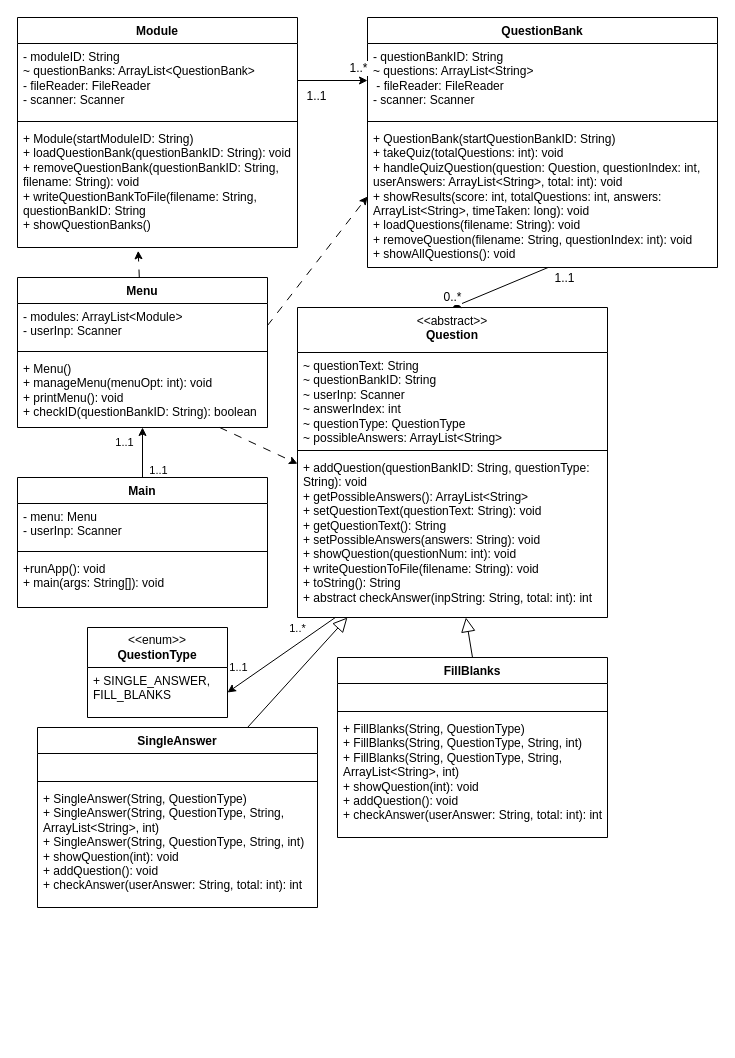
This is classDiagramUpdated.drawio from nyhawk/the-question-bank-project, a draw.io file, before an edit. Source tidied: cells renumbered, new cells numbered last; positions are measured from the earlier drawing's top-left corner, leaving out a move shared by most shapes. Both pictures are drawn from the tidied source at 100%, with x=0, y=0 at pixel (17, 17).
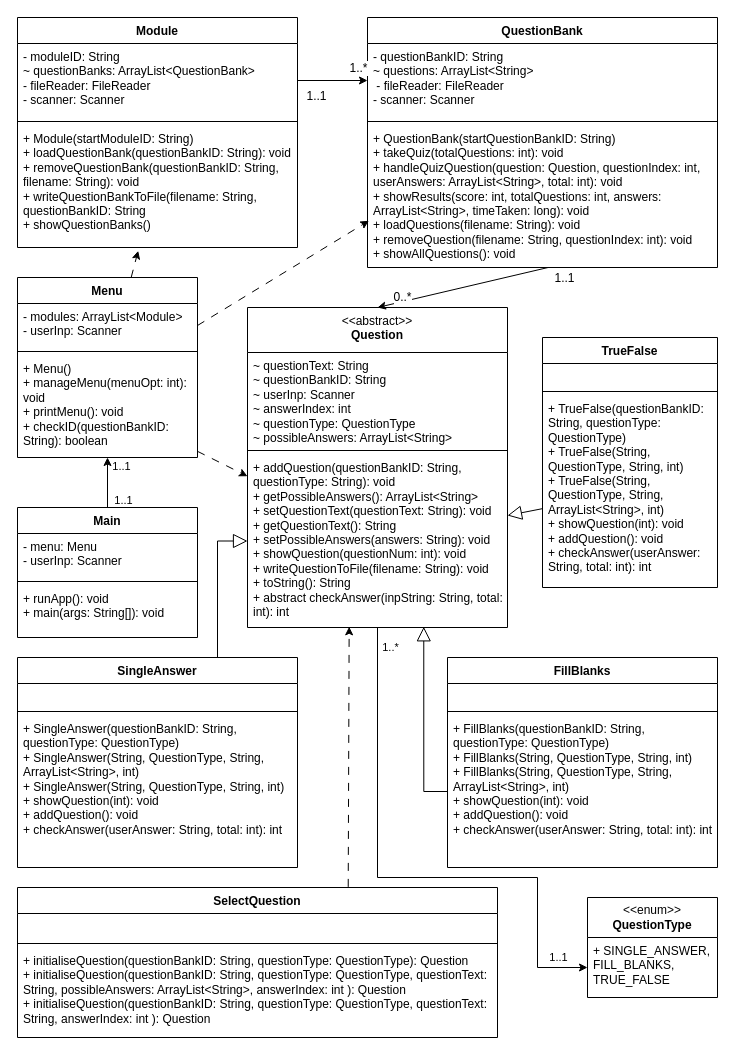
The same diagram, later.

The change refers to these unchanged cells:
```xml
<mxCell id="9" value="&lt;div&gt;&lt;div&gt;+ QuestionBank(startQuestionBankID: String) &lt;/div&gt;&lt;div&gt;+ takeQuiz(totalQuestions: int): void &lt;/div&gt;&lt;div&gt;+ handleQuizQuestion(question: Question, questionIndex: int, userAnswers: ArrayList&amp;lt;String&amp;gt;, total: int): void &lt;/div&gt;&lt;div&gt;+ showResults(score: int, totalQuestions: int, answers: ArrayList&amp;lt;String&amp;gt;, timeTaken: long): void &lt;/div&gt;&lt;div&gt;+ loadQuestions(filename: String): void &lt;/div&gt;&lt;div&gt;+ removeQuestion(filename: String, questionIndex: int): void &lt;/div&gt;&lt;div&gt;+ showAllQuestions(): void&lt;/div&gt;&lt;/div&gt;&lt;div&gt;&lt;br&gt;&lt;/div&gt;" style="text;strokeColor=none;fillColor=none;align=left;verticalAlign=top;spacingLeft=4;spacingRight=4;overflow=hidden;points=[[0,0.5],[1,0.5]];portConstraint=eastwest;whiteSpace=wrap;html=1;" parent="6" vertex="1">
  <mxGeometry y="108" width="350" height="142" as="geometry" />
</mxCell>
```

What changed in the source:
```diff
@@
     <mxCell id="11" value="&lt;div&gt;&lt;span style=&quot;font-weight: normal;&quot;&gt;&amp;lt;&amp;lt;abstract&amp;gt;&amp;gt;&lt;/span&gt;&lt;/div&gt;Question" style="swimlane;fontStyle=1;align=center;verticalAlign=top;horizontal=1;startSize=45;whiteSpace=wrap;html=1;" parent="1" vertex="1">
-      <mxGeometry x="280" y="290" width="310" height="310" as="geometry" />
+      <mxGeometry x="230" y="290" width="260" height="320" as="geometry" />
     </mxCell>
     <mxCell id="12" value="&lt;div&gt;~ questionText: String&lt;/div&gt;&lt;div&gt;~ questionBankID: String&lt;/div&gt;&lt;div&gt;~ userInp: Scanner&lt;/div&gt;&lt;div&gt;~ answerIndex: int&lt;/div&gt;&lt;div&gt;~ questionType: QuestionType&lt;/div&gt;&lt;div&gt;~&amp;nbsp;possibleAnswers: ArrayList&amp;lt;String&amp;gt;&lt;/div&gt;" style="text;strokeColor=none;fillColor=none;align=left;verticalAlign=top;spacingLeft=4;spacingRight=4;overflow=hidden;whiteSpace=wrap;html=1;" parent="11" vertex="1">
-      <mxGeometry y="45" width="310" height="94" as="geometry" />
+      <mxGeometry y="45" width="260" height="94" as="geometry" />
     </mxCell>
     <mxCell id="13" style="line;strokeWidth=1;fillColor=none;align=left;verticalAlign=middle;spacingTop=-1;spacingLeft=3;spacingRight=3;labelPosition=right;strokeColor=inherit;" parent="11" vertex="1">
-      <mxGeometry y="139" width="310" height="8" as="geometry" />
+      <mxGeometry y="139" width="260" height="8" as="geometry" />
     </mxCell>
     <mxCell id="14" value="&lt;div&gt;+ addQuestion(questionBankID: String, questionType: String): void&lt;/div&gt;&lt;div&gt;&lt;span style=&quot;background-color: initial;&quot;&gt;+ getPossibleAnswers(): ArrayList&amp;lt;String&amp;gt;&lt;/span&gt;&lt;/div&gt;&lt;div&gt;+ setQuestionText(questionText: String): void&amp;nbsp;&lt;/div&gt;&lt;div&gt;+ getQuestionText(): String&amp;nbsp;&lt;/div&gt;&lt;div&gt;+ setPossibleAnswers(answers: String): void&amp;nbsp;&lt;/div&gt;&lt;div&gt;+ showQuestion(questionNum: int): void&amp;nbsp;&lt;/div&gt;&lt;div&gt;+ writeQuestionToFile(filename: String): void&amp;nbsp;&lt;/div&gt;&lt;div&gt;+ toString(): String&amp;nbsp;&lt;/div&gt;&lt;div&gt;+ abstract checkAnswer(inpString: String, total: int): int&lt;/div&gt;" style="text;strokeColor=none;fillColor=none;align=left;verticalAlign=top;spacingLeft=4;spacingRight=4;overflow=hidden;points=[[0,0.5],[1,0.5]];portConstraint=eastwest;whiteSpace=wrap;html=1;" parent="11" vertex="1">
-      <mxGeometry y="147" width="310" height="163" as="geometry" />
+      <mxGeometry y="147" width="260" height="173" as="geometry" />
     </mxCell>
     <mxCell id="15" value="FillBlanks" style="swimlane;fontStyle=1;align=center;verticalAlign=top;horizontal=1;startSize=26;whiteSpace=wrap;html=1;" parent="1" vertex="1">
-      <mxGeometry x="320" y="640" width="270" height="180" as="geometry" />
+      <mxGeometry x="430" y="640" width="270" height="210" as="geometry" />
     </mxCell>
@@
-    <mxCell id="18" value="&lt;div&gt;+ FillBlanks(String, QuestionType) &lt;/div&gt;&lt;div&gt;+ FillBlanks(String, QuestionType, String, int) &lt;/div&gt;&lt;div&gt;+ FillBlanks(String, QuestionType, String, ArrayList&amp;lt;String&amp;gt;, int) &lt;/div&gt;&lt;div&gt;+ showQuestion(int): void &lt;/div&gt;&lt;div&gt;+ addQuestion(): void &lt;/div&gt;&lt;div&gt;+ checkAnswer(userAnswer: String, total: int): int&lt;/div&gt;" style="text;strokeColor=none;fillColor=none;align=left;verticalAlign=top;spacingLeft=4;spacingRight=4;overflow=hidden;points=[[0,0.5],[1,0.5]];portConstraint=eastwest;whiteSpace=wrap;html=1;" parent="15" vertex="1">
-      <mxGeometry y="58" width="270" height="122" as="geometry" />
+    <mxCell id="18" value="&lt;div&gt;+ FillBlanks(questionBankID: String, questionType: QuestionType) &lt;/div&gt;&lt;div&gt;+ FillBlanks(String, QuestionType, String, int) &lt;/div&gt;&lt;div&gt;+ FillBlanks(String, QuestionType, String, ArrayList&amp;lt;String&amp;gt;, int) &lt;/div&gt;&lt;div&gt;+ showQuestion(int): void &lt;/div&gt;&lt;div&gt;+ addQuestion(): void &lt;/div&gt;&lt;div&gt;+ checkAnswer(userAnswer: String, total: int): int&lt;/div&gt;" style="text;strokeColor=none;fillColor=none;align=left;verticalAlign=top;spacingLeft=4;spacingRight=4;overflow=hidden;points=[[0,0.5],[1,0.5]];portConstraint=eastwest;whiteSpace=wrap;html=1;" parent="15" vertex="1">
+      <mxGeometry y="58" width="270" height="152" as="geometry" />
     </mxCell>
@@
     <mxCell id="21" value="Main" style="swimlane;fontStyle=1;align=center;verticalAlign=top;horizontal=1;startSize=26;whiteSpace=wrap;html=1;" parent="1" vertex="1">
-      <mxGeometry y="460" width="250" height="130" as="geometry" />
+      <mxGeometry y="490" width="180" height="130" as="geometry" />
     </mxCell>
     <mxCell id="22" value="&lt;div&gt;&lt;span style=&quot;background-color: initial;&quot;&gt;- menu: Menu&lt;/span&gt;&lt;br&gt;&lt;/div&gt;&lt;div&gt;- userInp: Scanner&lt;span style=&quot;background-color: initial;&quot;&gt;&lt;br&gt;&lt;/span&gt;&lt;/div&gt;" style="text;strokeColor=none;fillColor=none;align=left;verticalAlign=top;spacingLeft=4;spacingRight=4;overflow=hidden;whiteSpace=wrap;html=1;" parent="21" vertex="1">
-      <mxGeometry y="26" width="250" height="44" as="geometry" />
+      <mxGeometry y="26" width="180" height="44" as="geometry" />
     </mxCell>
     <mxCell id="23" style="line;strokeWidth=1;fillColor=none;align=left;verticalAlign=middle;spacingTop=-1;spacingLeft=3;spacingRight=3;labelPosition=right;strokeColor=inherit;" parent="21" vertex="1">
-      <mxGeometry y="70" width="250" height="8" as="geometry" />
+      <mxGeometry y="70" width="180" height="8" as="geometry" />
     </mxCell>
-    <mxCell id="24" value=" +runApp(): void&lt;div&gt;+ main(args: String[]): void&lt;/div&gt;&lt;div&gt;&lt;br&gt;&lt;/div&gt;" style="text;strokeColor=none;fillColor=none;align=left;verticalAlign=top;spacingLeft=4;spacingRight=4;overflow=hidden;whiteSpace=wrap;html=1;" parent="21" vertex="1">
-      <mxGeometry y="78" width="250" height="52" as="geometry" />
+    <mxCell id="24" value=" + runApp(): void&lt;div&gt;+ main(args: String[]): void&lt;/div&gt;&lt;div&gt;&lt;br&gt;&lt;/div&gt;" style="text;strokeColor=none;fillColor=none;align=left;verticalAlign=top;spacingLeft=4;spacingRight=4;overflow=hidden;whiteSpace=wrap;html=1;" parent="21" vertex="1">
+      <mxGeometry y="78" width="180" height="52" as="geometry" />
     </mxCell>
@@
     <mxCell id="26" value="&amp;lt;&amp;lt;enum&amp;gt;&amp;gt;&lt;div&gt;&lt;b&gt;QuestionType&lt;/b&gt;&lt;/div&gt;" style="swimlane;fontStyle=0;horizontal=1;startSize=40;fillColor=none;whiteSpace=wrap;html=1;" parent="1" vertex="1">
-      <mxGeometry x="70" y="610" width="140" height="90" as="geometry" />
+      <mxGeometry x="570" y="880" width="130" height="100" as="geometry" />
     </mxCell>
-    <mxCell id="27" value="+&amp;nbsp;SINGLE_ANSWER, FILL_BLANKS" style="text;strokeColor=none;fillColor=none;align=left;verticalAlign=top;spacingLeft=4;spacingRight=4;overflow=hidden;points=[[0,0.5],[1,0.5]];portConstraint=eastwest;whiteSpace=wrap;html=1;" parent="26" vertex="1">
-      <mxGeometry y="40" width="140" height="50" as="geometry" />
+    <mxCell id="27" value="+&amp;nbsp;SINGLE_ANSWER, FILL_BLANKS, TRUE_FALSE" style="text;strokeColor=none;fillColor=none;align=left;verticalAlign=top;spacingLeft=4;spacingRight=4;overflow=hidden;points=[[0,0.5],[1,0.5]];portConstraint=eastwest;whiteSpace=wrap;html=1;" parent="26" vertex="1">
+      <mxGeometry y="40" width="130" height="60" as="geometry" />
     </mxCell>
-    <mxCell id="28" style="endArrow=block;endFill=0;endSize=12;html=1;rounded=0;exitX=0.75;exitY=0;exitDx=0;exitDy=0;entryX=0.161;entryY=1;entryDx=0;entryDy=0;entryPerimeter=0;" parent="1" edge="1" source="42" target="14">
+    <mxCell id="28" style="endArrow=block;endFill=0;endSize=12;html=1;rounded=0;exitX=0;exitY=0.5;exitDx=0;exitDy=0;entryX=0.678;entryY=0.996;entryDx=0;entryDy=0;entryPerimeter=0;edgeStyle=orthogonalEdgeStyle;" parent="1" edge="1" source="18" target="14">
       <mxGeometry relative="1" as="geometry" />
     </mxCell>
-    <mxCell id="29" style="endArrow=block;endFill=0;endSize=12;html=1;rounded=0;exitX=0.5;exitY=0;exitDx=0;exitDy=0;" parent="1" edge="1" source="15" target="14">
-      <mxGeometry relative="1" as="geometry" />
+    <mxCell id="29" style="endArrow=block;endFill=0;endSize=12;html=1;rounded=0;exitX=0.64;exitY=0;exitDx=0;exitDy=0;entryX=0;entryY=0.5;entryDx=0;entryDy=0;exitPerimeter=0;edgeStyle=orthogonalEdgeStyle;" parent="1" edge="1" source="42" target="14">
+      <mxGeometry relative="1" as="geometry">
+        <Array as="points">
+          <mxPoint x="200" y="640" />
+          <mxPoint x="200" y="524" />
+        </Array>
+      </mxGeometry>
     </mxCell>
-    <mxCell id="30" style="rounded=0;jettySize=auto;html=1;entryX=1;entryY=0.5;entryDx=0;entryDy=0;" parent="1" edge="1" source="14" target="27">
-      <mxGeometry relative="1" as="geometry" />
+    <mxCell id="30" style="rounded=0;jettySize=auto;html=1;entryX=0;entryY=0.5;entryDx=0;entryDy=0;" parent="1" edge="1" source="14" target="27">
+      <mxGeometry relative="1" as="geometry">
+        <Array as="points">
+          <mxPoint x="360" y="860" />
+          <mxPoint x="520" y="860" />
+          <mxPoint x="520" y="950" />
+        </Array>
+      </mxGeometry>
     </mxCell>
     <mxCell id="31" value="1..*" style="edgeLabel;html=1;align=center;verticalAlign=middle;" parent="30" vertex="1">
       <mxGeometry x="-0.57" y="-2" relative="1" as="geometry">
-        <mxPoint x="-14" y="-4" as="offset" />
+        <mxPoint x="14" y="-99" as="offset" />
       </mxGeometry>
     </mxCell>
     <mxCell id="32" value="1..1" style="edgeLabel;html=1;align=center;verticalAlign=middle;" parent="30" vertex="1">
       <mxGeometry x="0.68" relative="1" as="geometry">
-        <mxPoint x="-7" y="-13" as="offset" />
+        <mxPoint x="20" y="27" as="offset" />
       </mxGeometry>
     </mxCell>
-    <mxCell id="33" style="rounded=0;jettySize=auto;html=1;exitX=1;exitY=0.5;exitDx=0;exitDy=0;entryX=0;entryY=0.5;entryDx=0;entryDy=0;dashed=1;dashPattern=8 8;" parent="1" edge="1" source="35" target="9">
+    <mxCell id="33" style="rounded=0;jettySize=auto;html=1;exitX=1;exitY=0.5;exitDx=0;exitDy=0;entryX=0.004;entryY=0.671;entryDx=0;entryDy=0;dashed=1;dashPattern=8 8;entryPerimeter=0;" parent="1" edge="1" source="35" target="9">
       <mxGeometry relative="1" as="geometry" />
     </mxCell>
     <mxCell id="34" value="Menu" style="swimlane;fontStyle=1;align=center;verticalAlign=top;horizontal=1;startSize=26;whiteSpace=wrap;html=1;" parent="1" vertex="1">
-      <mxGeometry y="260" width="250" height="150" as="geometry" />
+      <mxGeometry y="260" width="180" height="180" as="geometry" />
     </mxCell>
     <mxCell id="35" value="&lt;div&gt;- modules: ArrayList&amp;lt;Module&amp;gt;&lt;/div&gt;&lt;div&gt;- userInp: Scanner&lt;/div&gt;" style="text;strokeColor=none;fillColor=none;align=left;verticalAlign=top;spacingLeft=4;spacingRight=4;overflow=hidden;points=[[0,0.5],[1,0.5]];portConstraint=eastwest;whiteSpace=wrap;html=1;" parent="34" vertex="1">
-      <mxGeometry y="26" width="250" height="44" as="geometry" />
+      <mxGeometry y="26" width="180" height="44" as="geometry" />
     </mxCell>
     <mxCell id="36" style="line;strokeWidth=1;fillColor=none;align=left;verticalAlign=middle;spacingTop=-1;spacingLeft=3;spacingRight=3;labelPosition=right;strokeColor=inherit;" parent="34" vertex="1">
-      <mxGeometry y="70" width="250" height="8" as="geometry" />
+      <mxGeometry y="70" width="180" height="8" as="geometry" />
     </mxCell>
     <mxCell id="37" value="&lt;div&gt;+ Menu()&lt;/div&gt;&lt;div&gt;+ manageMenu(menuOpt: int): void&lt;/div&gt;&lt;div&gt;+ printMenu(): void&amp;nbsp; &amp;nbsp;&lt;/div&gt;&lt;div&gt;+ checkID(questionBankID: String): boolean&lt;/div&gt;" style="text;strokeColor=none;fillColor=none;align=left;verticalAlign=top;spacingLeft=4;spacingRight=4;overflow=hidden;points=[[0,0.5],[1,0.5]];portConstraint=eastwest;whiteSpace=wrap;html=1;" parent="34" vertex="1">
-      <mxGeometry y="78" width="250" height="72" as="geometry" />
+      <mxGeometry y="78" width="180" height="102" as="geometry" />
     </mxCell>
@@
     <mxCell id="41" value="0..*" style="edgeLabel;html=1;align=center;verticalAlign=middle;fontSize=12;" parent="1" vertex="1">
-      <mxGeometry x="440" y="290" as="geometry">
+      <mxGeometry x="390" y="290" as="geometry">
         <mxPoint x="-6" y="-11" as="offset" />
       </mxGeometry>
     </mxCell>
     <mxCell id="42" value="SingleAnswer" style="swimlane;fontStyle=1;align=center;verticalAlign=top;horizontal=1;startSize=26;whiteSpace=wrap;html=1;" parent="1" vertex="1">
-      <mxGeometry x="20" y="710" width="280" height="180" as="geometry" />
+      <mxGeometry y="640" width="280" height="210" as="geometry" />
     </mxCell>
@@
-    <mxCell id="45" value="&lt;div&gt;+ SingleAnswer(String, QuestionType)&lt;/div&gt;&lt;div&gt;+ SingleAnswer(String, QuestionType, String, ArrayList&amp;lt;String&amp;gt;, int)&lt;/div&gt;&lt;div&gt;+ SingleAnswer(String, QuestionType, String, int)&lt;/div&gt;&lt;div&gt;+ showQuestion(int): void&lt;/div&gt;&lt;div&gt;+ addQuestion(): void&lt;/div&gt;&lt;div&gt;&lt;span style=&quot;background-color: initial;&quot;&gt;+ checkAnswer(userAnswer: String, total: int): int&lt;/span&gt;&lt;/div&gt;" style="text;strokeColor=none;fillColor=none;align=left;verticalAlign=top;spacingLeft=4;spacingRight=4;overflow=hidden;whiteSpace=wrap;html=1;" parent="42" vertex="1">
-      <mxGeometry y="58" width="280" height="122" as="geometry" />
+    <mxCell id="45" value="&lt;div&gt;+ SingleAnswer(questionBankID: String, questionType: QuestionType)&lt;/div&gt;&lt;div&gt;+ SingleAnswer(String, QuestionType, String, ArrayList&amp;lt;String&amp;gt;, int)&lt;/div&gt;&lt;div&gt;+ SingleAnswer(String, QuestionType, String, int)&lt;/div&gt;&lt;div&gt;+ showQuestion(int): void&lt;/div&gt;&lt;div&gt;+ addQuestion(): void&lt;/div&gt;&lt;div&gt;&lt;span style=&quot;background-color: initial;&quot;&gt;+ checkAnswer(userAnswer: String, total: int): int&lt;/span&gt;&lt;/div&gt;" style="text;strokeColor=none;fillColor=none;align=left;verticalAlign=top;spacingLeft=4;spacingRight=4;overflow=hidden;whiteSpace=wrap;html=1;" parent="42" vertex="1">
+      <mxGeometry y="58" width="280" height="152" as="geometry" />
     </mxCell>
@@
     <mxCell id="48" value="1..1" style="edgeLabel;html=1;align=center;verticalAlign=middle;" parent="1" vertex="1">
-      <mxGeometry x="140" y="465" as="geometry">
-        <mxPoint x="-34" y="-41" as="offset" />
+      <mxGeometry x="60" y="464.5" as="geometry">
+        <mxPoint x="43" y="-16" as="offset" />
       </mxGeometry>
     </mxCell>
+    <mxCell id="49" value="SelectQuestion" style="swimlane;fontStyle=1;align=center;verticalAlign=top;horizontal=1;startSize=26;whiteSpace=wrap;html=1;" parent="1" vertex="1">
+      <mxGeometry y="870" width="480" height="150" as="geometry" />
+    </mxCell>
+    <mxCell id="50" value="&lt;div&gt;&lt;br&gt;&lt;/div&gt;&lt;div&gt;&lt;br&gt;&lt;/div&gt;" style="text;strokeColor=none;fillColor=none;align=left;verticalAlign=top;spacingLeft=4;spacingRight=4;overflow=hidden;whiteSpace=wrap;html=1;" parent="49" vertex="1">
+      <mxGeometry y="26" width="480" height="26" as="geometry" />
+    </mxCell>
+    <mxCell id="51" style="line;strokeWidth=1;fillColor=none;align=left;verticalAlign=middle;spacingTop=-1;spacingLeft=3;spacingRight=3;labelPosition=right;strokeColor=inherit;" parent="49" vertex="1">
+      <mxGeometry y="52" width="480" height="8" as="geometry" />
+    </mxCell>
+    <mxCell id="52" value="+ initialiseQuestion(questionBankID: String, questionType: QuestionType): Question&lt;div&gt;+ initialiseQuestion(&lt;span style=&quot;background-color: initial;&quot;&gt;questionBankID: String,&lt;/span&gt;&lt;span style=&quot;background-color: initial;&quot;&gt;&amp;nbsp;questionType: QuestionType,&amp;nbsp;&lt;/span&gt;&lt;span style=&quot;background-color: initial;&quot;&gt;questionText: String,&lt;/span&gt;&lt;span style=&quot;background-color: initial;&quot;&gt;&amp;nbsp;possibleAnswers: ArrayList&amp;lt;String&amp;gt;,&lt;/span&gt;&lt;span style=&quot;background-color: initial;&quot;&gt;&amp;nbsp;answerIndex: int&amp;nbsp;&lt;/span&gt;): Question&lt;br&gt;&lt;/div&gt;&lt;div&gt;+ initialiseQuestion(&lt;span style=&quot;background-color: initial;&quot;&gt;questionBankID: String,&lt;/span&gt;&lt;span style=&quot;background-color: initial;&quot;&gt;&amp;nbsp;questionType: QuestionType,&amp;nbsp;&lt;/span&gt;&lt;span style=&quot;background-color: initial;&quot;&gt;questionText: String&lt;/span&gt;&lt;span style=&quot;background-color: initial;&quot;&gt;,&lt;/span&gt;&lt;span style=&quot;background-color: initial;&quot;&gt;&amp;nbsp;answerIndex: int&amp;nbsp;&lt;/span&gt;): Question&lt;br&gt;&lt;/div&gt;" style="text;strokeColor=none;fillColor=none;align=left;verticalAlign=top;spacingLeft=4;spacingRight=4;overflow=hidden;whiteSpace=wrap;html=1;" parent="49" vertex="1">
+      <mxGeometry y="60" width="480" height="90" as="geometry" />
+    </mxCell>
+    <mxCell id="53" style="rounded=0;jettySize=auto;html=1;exitX=0.689;exitY=-0.004;exitDx=0;exitDy=0;exitPerimeter=0;endArrow=classic;endFill=1;startArrow=none;startFill=0;dashed=1;dashPattern=8 8;entryX=0.391;entryY=0.996;entryDx=0;entryDy=0;entryPerimeter=0;" parent="1" edge="1" source="49" target="14">
+      <mxGeometry relative="1" as="geometry" />
+    </mxCell>
+    <mxCell id="54" value="TrueFalse" style="swimlane;fontStyle=1;align=center;verticalAlign=top;horizontal=1;startSize=26;whiteSpace=wrap;html=1;" parent="1" vertex="1">
+      <mxGeometry x="525" y="320" width="175" height="250" as="geometry" />
+    </mxCell>
+    <mxCell id="55" value="&lt;div&gt;&lt;br&gt;&lt;/div&gt;&lt;div&gt;&lt;br&gt;&lt;/div&gt;" style="text;strokeColor=none;fillColor=none;align=left;verticalAlign=top;spacingLeft=4;spacingRight=4;overflow=hidden;whiteSpace=wrap;html=1;" parent="54" vertex="1">
+      <mxGeometry y="26" width="175" height="24" as="geometry" />
+    </mxCell>
+    <mxCell id="56" style="line;strokeWidth=1;fillColor=none;align=left;verticalAlign=middle;spacingTop=-1;spacingLeft=3;spacingRight=3;labelPosition=right;strokeColor=inherit;" parent="54" vertex="1">
+      <mxGeometry y="50" width="175" height="8" as="geometry" />
+    </mxCell>
+    <mxCell id="57" value="&lt;div&gt;+ TrueFalse(questionBankID: String, questionType: QuestionType) &lt;/div&gt;&lt;div&gt;+ TrueFalse(String, QuestionType, String, int) &lt;/div&gt;&lt;div&gt;+ TrueFalse(String, QuestionType, String, ArrayList&amp;lt;String&amp;gt;, int) &lt;/div&gt;&lt;div&gt;+ showQuestion(int): void &lt;/div&gt;&lt;div&gt;+ addQuestion(): void &lt;/div&gt;&lt;div&gt;+ checkAnswer(userAnswer: String, total: int): int&lt;/div&gt;" style="text;strokeColor=none;fillColor=none;align=left;verticalAlign=top;spacingLeft=4;spacingRight=4;overflow=hidden;points=[[0,0.5],[1,0.5]];portConstraint=eastwest;whiteSpace=wrap;html=1;" parent="54" vertex="1">
+      <mxGeometry y="58" width="175" height="192" as="geometry" />
+    </mxCell>
+    <mxCell id="58" style="rounded=0;jettySize=auto;html=1;endArrow=block;endFill=0;endSize=12;" parent="1" edge="1" source="57" target="14">
+      <mxGeometry relative="1" as="geometry" />
+    </mxCell>
```
